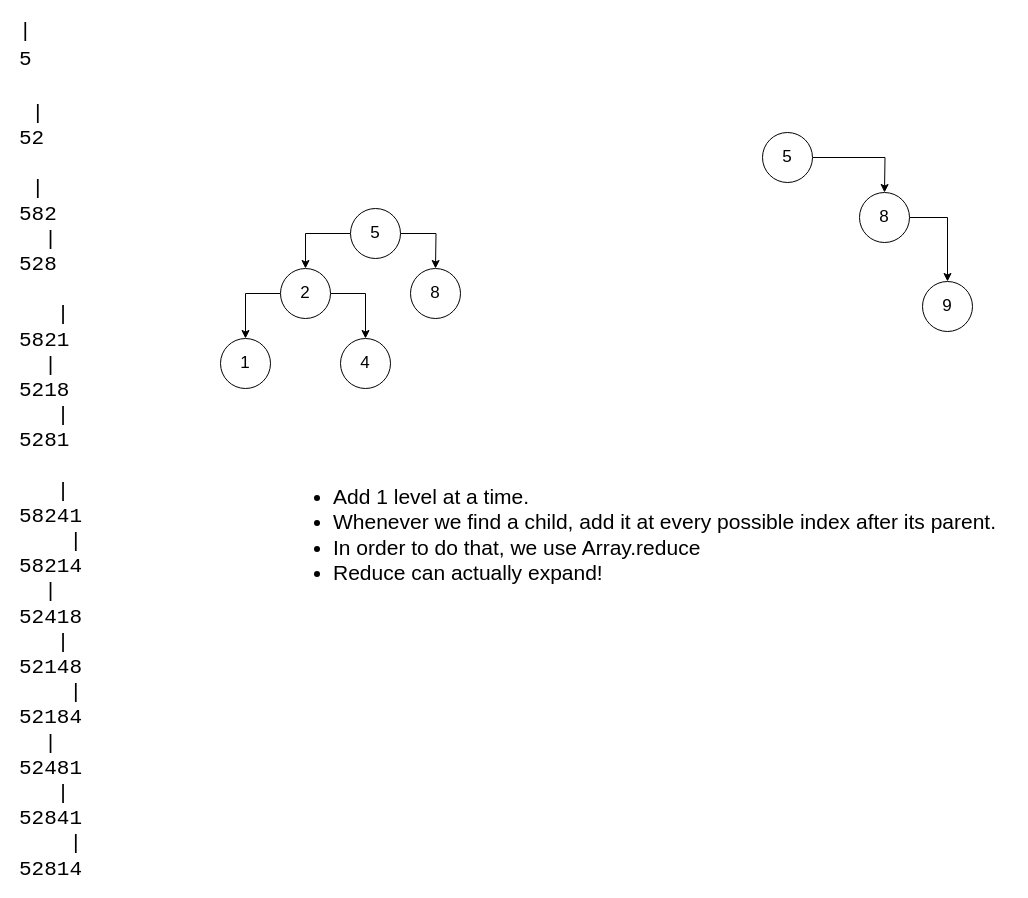
Earlier version of the draw.io diagram ch4-trees-and-graphs/willowp/4.9.drawio (code-mentoring/ctci). Source tidied: cells renumbered, new cells numbered last; positions are measured from the earlier drawing's top-left corner, leaving out a move shared by most shapes. Both pictures are drawn from the tidied source at 100%, with x=0, y=0 at pixel (17, 20).
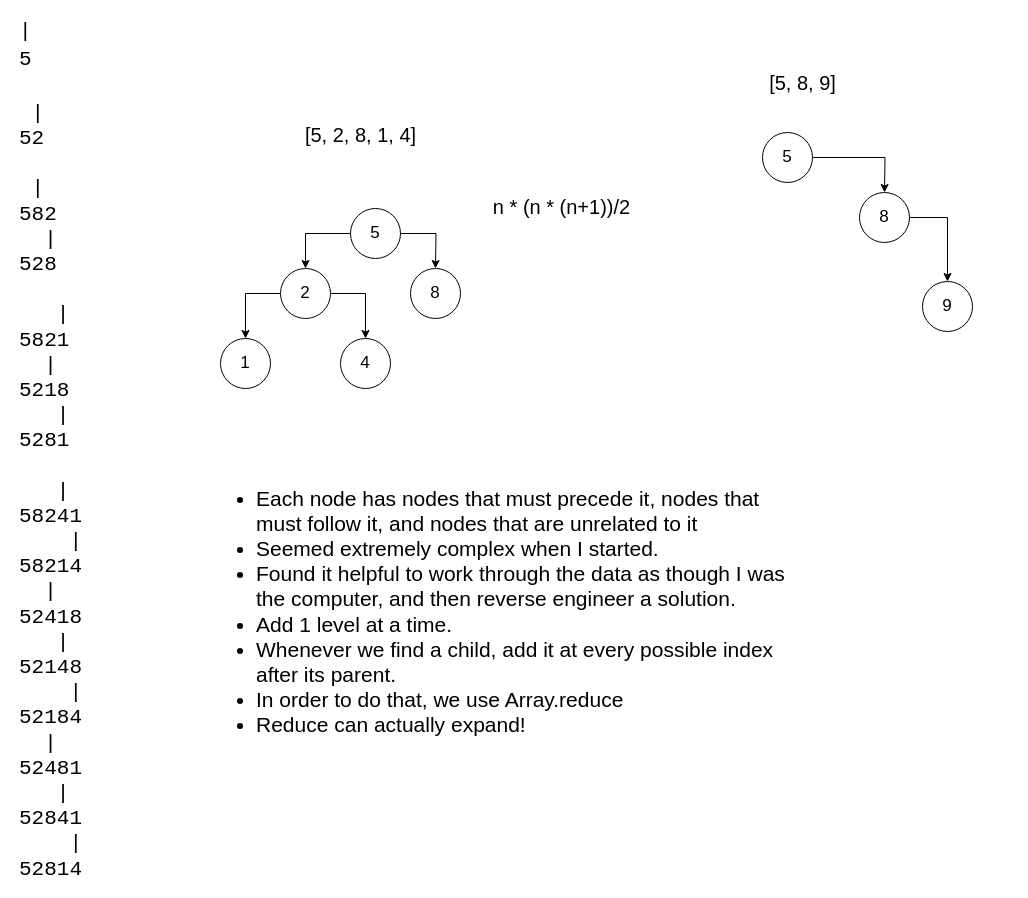
The same page after the edit.

Diff of the diagram source:
```diff
@@
-    <mxCell id="12" value="&lt;ul&gt;&lt;li&gt;Add 1 level at a time.&lt;/li&gt;&lt;li&gt;Whenever we find a child, add it at every possible index after its parent.&lt;/li&gt;&lt;li&gt;In order to do that, we use Array.reduce&lt;/li&gt;&lt;li&gt;Reduce can actually expand!&lt;/li&gt;&lt;/ul&gt;" style="text;html=1;align=left;verticalAlign=middle;fillColor=none;strokeColor=none;rounded=0;fontSize=21;" parent="1" vertex="1">
-      <mxGeometry x="274" y="439" width="720" height="150" as="geometry" />
-    </mxCell>
@@
+    <mxCell id="18" value="&lt;ul style=&quot;font-size: 21px ; text-align: left&quot;&gt;&lt;li&gt;Each node has nodes that must precede it, nodes that must follow it, and nodes that are unrelated to it&lt;/li&gt;&lt;li&gt;Seemed extremely complex when I started.&lt;/li&gt;&lt;li&gt;Found it helpful to work through the data as though I was the computer, and then reverse engineer a solution.&lt;/li&gt;&lt;li&gt;Add 1 level at a time.&lt;/li&gt;&lt;li&gt;Whenever we find a child, add it at every possible index after its parent.&lt;/li&gt;&lt;li&gt;In order to do that, we use Array.reduce&lt;/li&gt;&lt;li&gt;Reduce can actually expand!&lt;/li&gt;&lt;/ul&gt;" style="text;html=1;strokeColor=none;fillColor=none;align=center;verticalAlign=middle;whiteSpace=wrap;rounded=0;" parent="1" vertex="1">
+      <mxGeometry x="198" y="433" width="586" height="316" as="geometry" />
+    </mxCell>
+    <mxCell id="19" value="[5, 2, 8, 1, 4]" style="text;html=1;strokeColor=none;fillColor=none;align=center;verticalAlign=middle;whiteSpace=wrap;rounded=0;fontSize=20;" parent="1" vertex="1">
+      <mxGeometry x="198" y="104" width="291" height="20" as="geometry" />
+    </mxCell>
+    <mxCell id="20" value="[5, 8, 9]" style="text;html=1;strokeColor=none;fillColor=none;align=center;verticalAlign=middle;whiteSpace=wrap;rounded=0;fontSize=20;" parent="1" vertex="1">
+      <mxGeometry x="640" y="52" width="291" height="20" as="geometry" />
+    </mxCell>
+    <mxCell id="21" value="&lt;div class=&quot;usermessage&quot;&gt;n * (n * (n+1))/2&lt;/div&gt;" style="text;html=1;align=center;verticalAlign=middle;strokeColor=none;fontSize=20;" parent="1" vertex="1">
+      <mxGeometry x="470" y="172" width="147" height="28" as="geometry" />
+    </mxCell>
```
